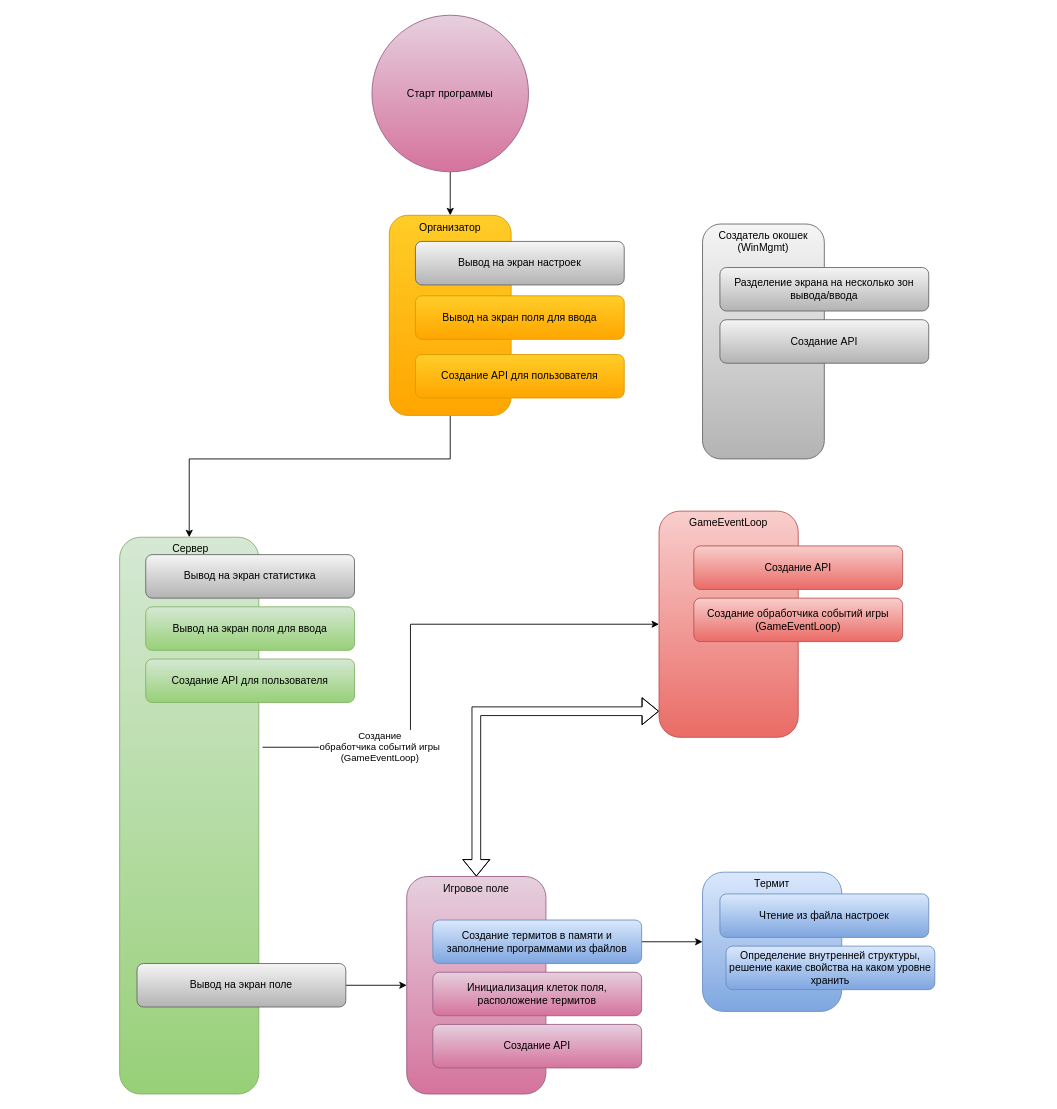
This is docs/termit.drawio from Endi-mp3/Lessons, a draw.io file, before an edit. Source tidied: cells renumbered, new cells numbered last; positions are measured from the earlier drawing's top-left corner, leaving out a move shared by most shapes. Both pictures are drawn from the tidied source at 87%, with x=0, y=0 at pixel (119, 15).
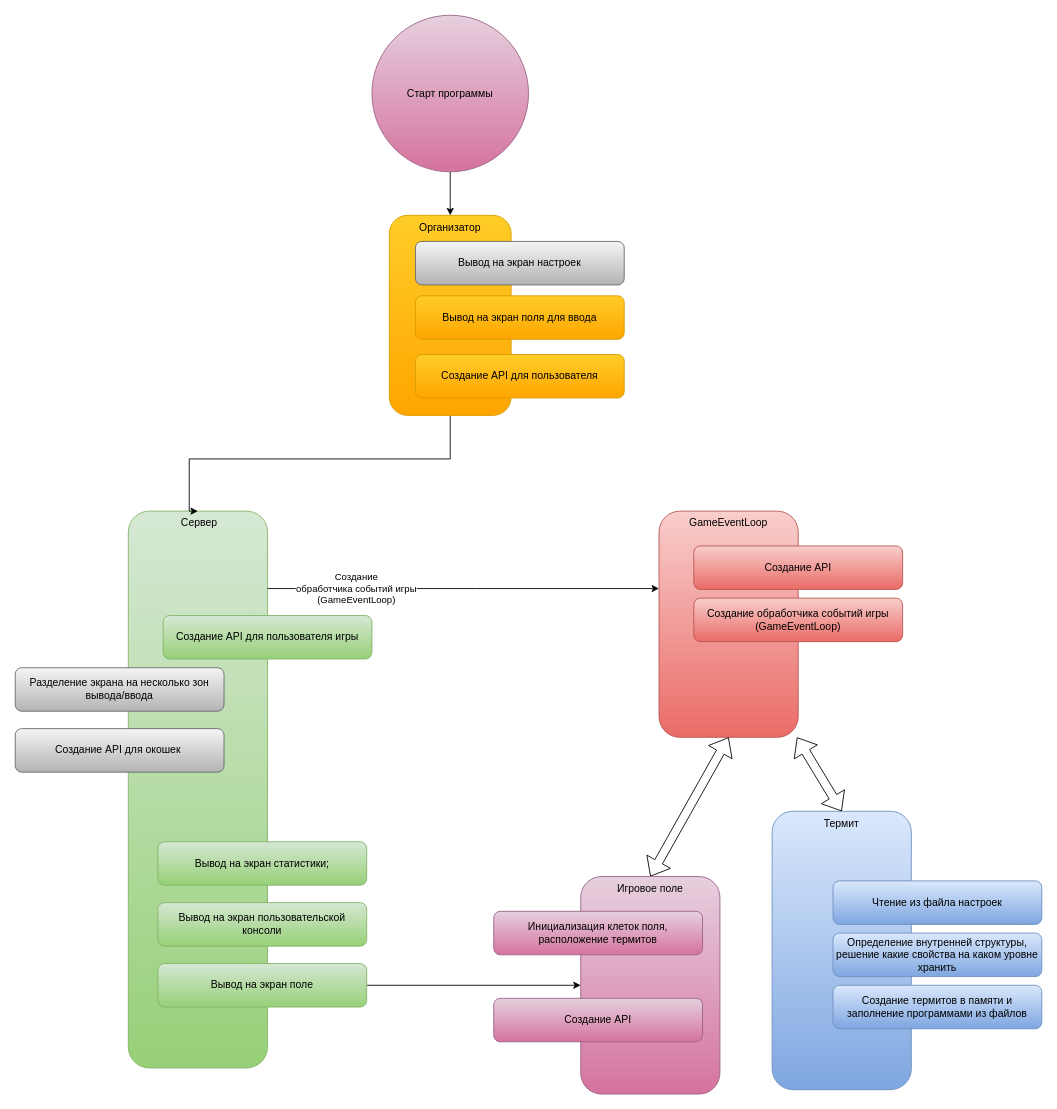
Above is the later version.

The change refers to these unchanged cells:
```xml
<mxCell id="4" value="GameEventLoop" style="rounded=1;whiteSpace=wrap;html=1;fillColor=#f8cecc;gradientColor=#ea6b66;strokeColor=#b85450;verticalAlign=top;" parent="1" vertex="1">
  <mxGeometry x="620" y="570" width="160" height="260" as="geometry" />
</mxCell>
```

Diff of the diagram source:
```diff
@@
     <mxCell id="2" value="Термит" style="rounded=1;whiteSpace=wrap;html=1;fillColor=#dae8fc;gradientColor=#7ea6e0;strokeColor=#6c8ebf;verticalAlign=top;" parent="1" vertex="1">
-      <mxGeometry x="670" y="985" width="160" height="160" as="geometry" />
+      <mxGeometry x="750" y="915" width="160" height="320" as="geometry" />
     </mxCell>
-    <mxCell id="3" style="edgeStyle=orthogonalEdgeStyle;rounded=0;jettySize=auto;html=1;entryX=0.5;entryY=0;entryDx=0;entryDy=0;shape=flexArrow;startArrow=classic;startFill=1;" parent="1" edge="1" source="4" target="23">
-      <mxGeometry relative="1" as="geometry">
-        <Array as="points">
-          <mxPoint x="410" y="800" />
-        </Array>
-      </mxGeometry>
-    </mxCell>
+    <mxCell id="32" style="edgeStyle=none;curved=1;rounded=0;jettySize=auto;html=1;entryX=0.5;entryY=0;entryDx=0;entryDy=0;fontSize=12;shape=flexArrow;startArrow=block;" parent="1" edge="1" source="4" target="2">
+      <mxGeometry relative="1" as="geometry" />
+    </mxCell>
@@
     <mxCell id="5" value="&amp;nbsp;Сервер" style="rounded=1;whiteSpace=wrap;html=1;fillColor=#d5e8d4;gradientColor=#97d077;strokeColor=#82b366;verticalAlign=top;" parent="1" vertex="1">
-      <mxGeometry y="600" width="160" height="640" as="geometry" />
+      <mxGeometry x="10" y="570" width="160" height="640" as="geometry" />
     </mxCell>
@@
     <mxCell id="8" value="Чтение из файла настроек" style="rounded=1;whiteSpace=wrap;html=1;fillColor=#dae8fc;gradientColor=#7ea6e0;strokeColor=#6c8ebf;" parent="1" vertex="1">
-      <mxGeometry x="690" y="1010" width="240" height="50" as="geometry" />
+      <mxGeometry x="820" y="995" width="240" height="50" as="geometry" />
     </mxCell>
@@
-    <mxCell id="15" value="Вывод на экран поле" style="rounded=1;whiteSpace=wrap;html=1;fillColor=#f5f5f5;gradientColor=#b3b3b3;strokeColor=#666666;" parent="1" vertex="1">
-      <mxGeometry x="20" y="1090" width="240" height="50" as="geometry" />
+    <mxCell id="15" value="Вывод на экран поле" style="rounded=1;whiteSpace=wrap;html=1;fillColor=#d5e8d4;gradientColor=#97d077;strokeColor=#82b366;" parent="1" vertex="1">
+      <mxGeometry x="44" y="1090" width="240" height="50" as="geometry" />
     </mxCell>
-    <mxCell id="16" value="Вывод на экран статистика" style="rounded=1;whiteSpace=wrap;html=1;fillColor=#f5f5f5;gradientColor=#b3b3b3;strokeColor=#666666;" parent="1" vertex="1">
-      <mxGeometry x="30" y="620" width="240" height="50" as="geometry" />
+    <mxCell id="16" value="&lt;div&gt;Вывод на экран статистики;&lt;/div&gt;" style="rounded=1;whiteSpace=wrap;html=1;fillColor=#d5e8d4;strokeColor=#82b366;gradientColor=#97d077;" parent="1" vertex="1">
+      <mxGeometry x="44" y="950" width="240" height="50" as="geometry" />
     </mxCell>
-    <mxCell id="17" value="Вывод на экран поля для ввода" style="rounded=1;whiteSpace=wrap;html=1;fillColor=#d5e8d4;strokeColor=#82b366;gradientColor=#97d077;" parent="1" vertex="1">
-      <mxGeometry x="30" y="680" width="240" height="50" as="geometry" />
+    <mxCell id="17" value="Вывод на экран пользовательской консоли" style="rounded=1;whiteSpace=wrap;html=1;fillColor=#d5e8d4;strokeColor=#82b366;gradientColor=#97d077;" parent="1" vertex="1">
+      <mxGeometry x="44" y="1020" width="240" height="50" as="geometry" />
     </mxCell>
-    <mxCell id="18" value="Создание API для пользователя" style="rounded=1;whiteSpace=wrap;html=1;fillColor=#d5e8d4;strokeColor=#82b366;gradientColor=#97d077;" parent="1" vertex="1">
-      <mxGeometry x="30" y="740" width="240" height="50" as="geometry" />
+    <mxCell id="18" value="Создание API для пользователя игры" style="rounded=1;whiteSpace=wrap;html=1;fillColor=#d5e8d4;strokeColor=#82b366;gradientColor=#97d077;" parent="1" vertex="1">
+      <mxGeometry x="50" y="690" width="240" height="50" as="geometry" />
     </mxCell>
@@
-    <mxCell id="20" style="edgeStyle=orthogonalEdgeStyle;rounded=0;orthogonalLoop=1;jettySize=auto;html=1;entryX=-0.027;entryY=0.529;entryDx=0;entryDy=0;entryPerimeter=0;" parent="1" edge="1">
+    <mxCell id="20" style="edgeStyle=orthogonalEdgeStyle;rounded=0;jettySize=auto;html=1;" parent="1" edge="1" source="5" target="4">
       <mxGeometry relative="1" as="geometry">
-        <mxPoint x="164.3" y="841.4" as="sourcePoint" />
-        <mxPoint x="620" y="700" as="targetPoint" />
         <Array as="points">
-          <mxPoint x="334.3" y="841.3" />
-          <mxPoint x="334.3" y="700.4" />
+          <mxPoint x="410" y="659" />
+          <mxPoint x="410" y="659" />
         </Array>
       </mxGeometry>
     </mxCell>
@@
+    <mxCell id="33" style="edgeStyle=none;curved=1;rounded=0;jettySize=auto;html=1;exitX=0.5;exitY=0;exitDx=0;exitDy=0;entryX=0.5;entryY=1;entryDx=0;entryDy=0;fontSize=12;shape=flexArrow;startArrow=block;" parent="1" edge="1" source="23" target="4">
+      <mxGeometry relative="1" as="geometry" />
+    </mxCell>
     <mxCell id="23" value="Игровое поле" style="rounded=1;whiteSpace=wrap;html=1;fillColor=#e6d0de;gradientColor=#d5739d;strokeColor=#996185;verticalAlign=top;" parent="1" vertex="1">
-      <mxGeometry x="330" y="990" width="160" height="250" as="geometry" />
+      <mxGeometry x="530" y="990" width="160" height="250" as="geometry" />
     </mxCell>
-    <mxCell id="24" style="edgeStyle=orthogonalEdgeStyle;rounded=0;jettySize=auto;html=1;" parent="1" edge="1" source="25" target="2">
-      <mxGeometry relative="1" as="geometry" />
-    </mxCell>
     <mxCell id="25" value="Создание термитов в памяти и заполнение программами из файлов" style="rounded=1;whiteSpace=wrap;html=1;fillColor=#dae8fc;strokeColor=#6c8ebf;gradientColor=#7ea6e0;" parent="1" vertex="1">
-      <mxGeometry x="360" y="1040" width="240" height="50" as="geometry" />
+      <mxGeometry x="820" y="1115" width="240" height="50" as="geometry" />
     </mxCell>
     <mxCell id="26" value="Инициализация клеток поля, расположение термитов" style="rounded=1;whiteSpace=wrap;html=1;fillColor=#e6d0de;strokeColor=#996185;gradientColor=#d5739d;" parent="1" vertex="1">
-      <mxGeometry x="360" y="1100" width="240" height="50" as="geometry" />
+      <mxGeometry x="430" y="1030" width="240" height="50" as="geometry" />
     </mxCell>
     <mxCell id="27" value="Создание API" style="rounded=1;whiteSpace=wrap;html=1;fillColor=#e6d0de;strokeColor=#996185;gradientColor=#d5739d;" parent="1" vertex="1">
-      <mxGeometry x="360" y="1160" width="240" height="50" as="geometry" />
+      <mxGeometry x="430" y="1130" width="240" height="50" as="geometry" />
     </mxCell>
     <mxCell id="28" value="Определение внутренней структуры, решение какие свойства на каком уровне хранить" style="rounded=1;whiteSpace=wrap;html=1;fillColor=#dae8fc;strokeColor=#6c8ebf;gradientColor=#7ea6e0;" parent="1" vertex="1">
-      <mxGeometry x="697" y="1070" width="240" height="50" as="geometry" />
+      <mxGeometry x="820" y="1055" width="240" height="50" as="geometry" />
     </mxCell>
-    <mxCell id="29" value="Создатель окошек (WinMgmt)" style="rounded=1;whiteSpace=wrap;html=1;fillColor=#f5f5f5;gradientColor=#b3b3b3;strokeColor=#666666;verticalAlign=top;" parent="1" vertex="1">
-      <mxGeometry x="670" y="240" width="140" height="270" as="geometry" />
-    </mxCell>
     <mxCell id="30" value="Разделение экрана на несколько зон вывода/ввода" style="rounded=1;whiteSpace=wrap;html=1;fillColor=#f5f5f5;strokeColor=#666666;gradientColor=#b3b3b3;" parent="1" vertex="1">
-      <mxGeometry x="690" y="290" width="240" height="50" as="geometry" />
+      <mxGeometry x="-120" y="750" width="240" height="50" as="geometry" />
     </mxCell>
-    <mxCell id="31" value="Создание API" style="rounded=1;whiteSpace=wrap;html=1;fillColor=#f5f5f5;strokeColor=#666666;gradientColor=#b3b3b3;" parent="1" vertex="1">
-      <mxGeometry x="690" y="350" width="240" height="50" as="geometry" />
+    <mxCell id="31" value="Создание API для окошек&amp;nbsp;" style="rounded=1;whiteSpace=wrap;html=1;fillColor=#f5f5f5;strokeColor=#666666;gradientColor=#b3b3b3;" parent="1" vertex="1">
+      <mxGeometry x="-120" y="820" width="240" height="50" as="geometry" />
     </mxCell>
```
